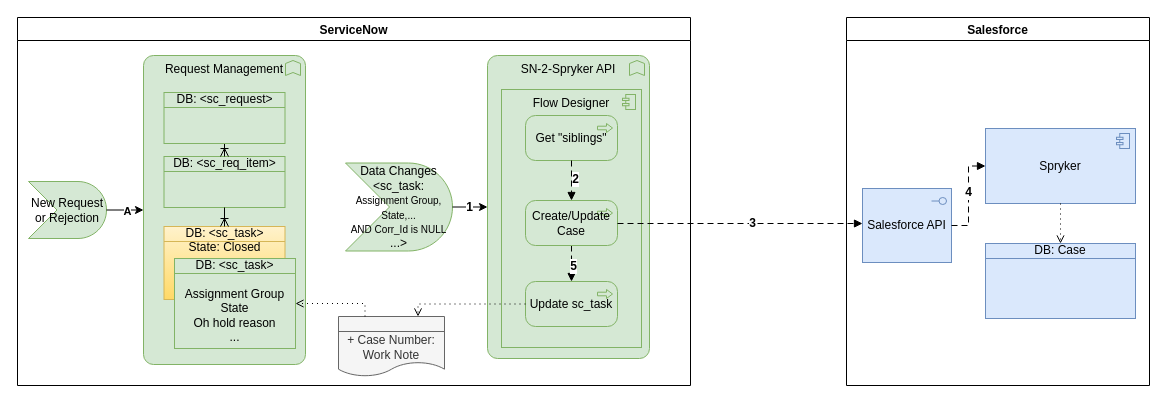
Earlier version of the draw.io diagram page "CreateUpdate" (3 of 4) of SNowSprykerRequest.drawio (algimas/tmp). Source tidied: cells renumbered, new cells numbered last; positions are measured from the earlier drawing's top-left corner, leaving out a move shared by most shapes. Both pictures are drawn from the tidied source at 100%, with x=0, y=0 at pixel (17, 17).
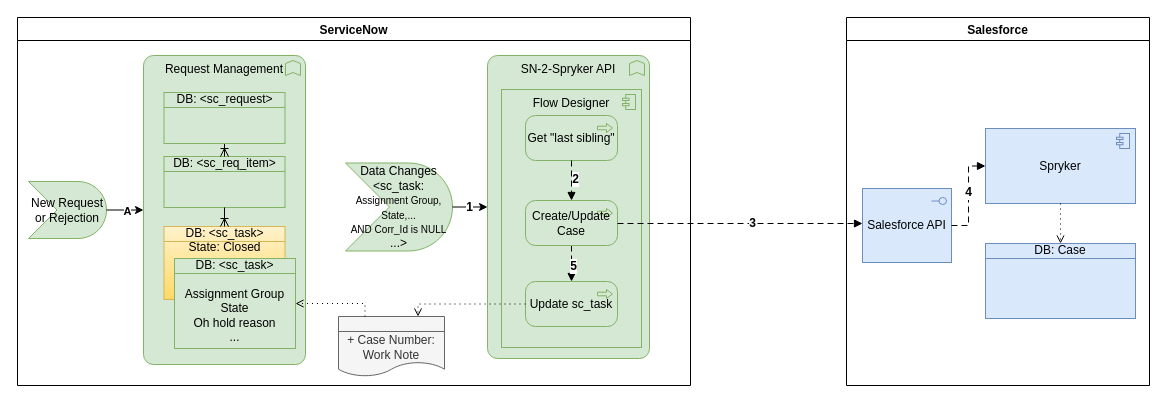
Above is the later version.

The change refers to these unchanged cells:
```xml
<mxCell id="9" value="ServiceNow" style="swimlane;" parent="1" vertex="1">
  <mxGeometry width="673" height="368" as="geometry" />
</mxCell>
```

Change to the diagram source:
```diff
@@
-    <mxCell id="30" value="Get &quot;siblings&quot;" style="html=1;outlineConnect=0;whiteSpace=wrap;fillColor=#d5e8d4;shape=mxgraph.archimate3.application;appType=proc;archiType=rounded;strokeColor=#82b366;" parent="9" vertex="1">
+    <mxCell id="30" value="Get &quot;last sibling&quot;" style="html=1;outlineConnect=0;whiteSpace=wrap;fillColor=#d5e8d4;shape=mxgraph.archimate3.application;appType=proc;archiType=rounded;strokeColor=#82b366;" parent="9" vertex="1">
       <mxGeometry x="508" y="98" width="92" height="45" as="geometry" />
     </mxCell>
```
